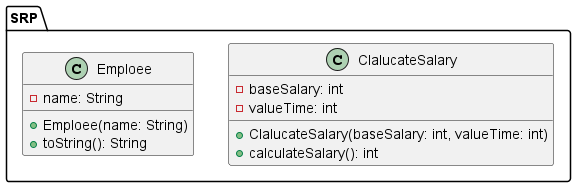
Zayha/gb_architecture keeps this PlantUML diagram as lesson_03_solid/UML/SRP/srp.png. Above is the earlier version. Source of this version:
```plantuml
@startuml
package SRP {
  class ClalucateSalary {
    - baseSalary: int
    - valueTime: int
    + ClalucateSalary(baseSalary: int, valueTime: int)
    + calculateSalary(): int
  }

  class Emploee {
    - name: String
    + Emploee(name: String)
    + toString(): String
  }

}
@enduml
```
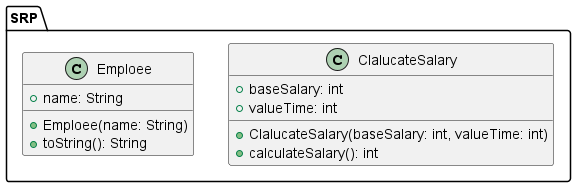
After the change.

Diff of the diagram source:
```diff
@@ -1,14 +1,14 @@
 @startuml
 package SRP {
   class ClalucateSalary {
-    - baseSalary: int
-    - valueTime: int
+    + baseSalary: int
+    + valueTime: int
     + ClalucateSalary(baseSalary: int, valueTime: int)
     + calculateSalary(): int
   }
 
   class Emploee {
-    - name: String
+    + name: String
     + Emploee(name: String)
     + toString(): String
   }
```
